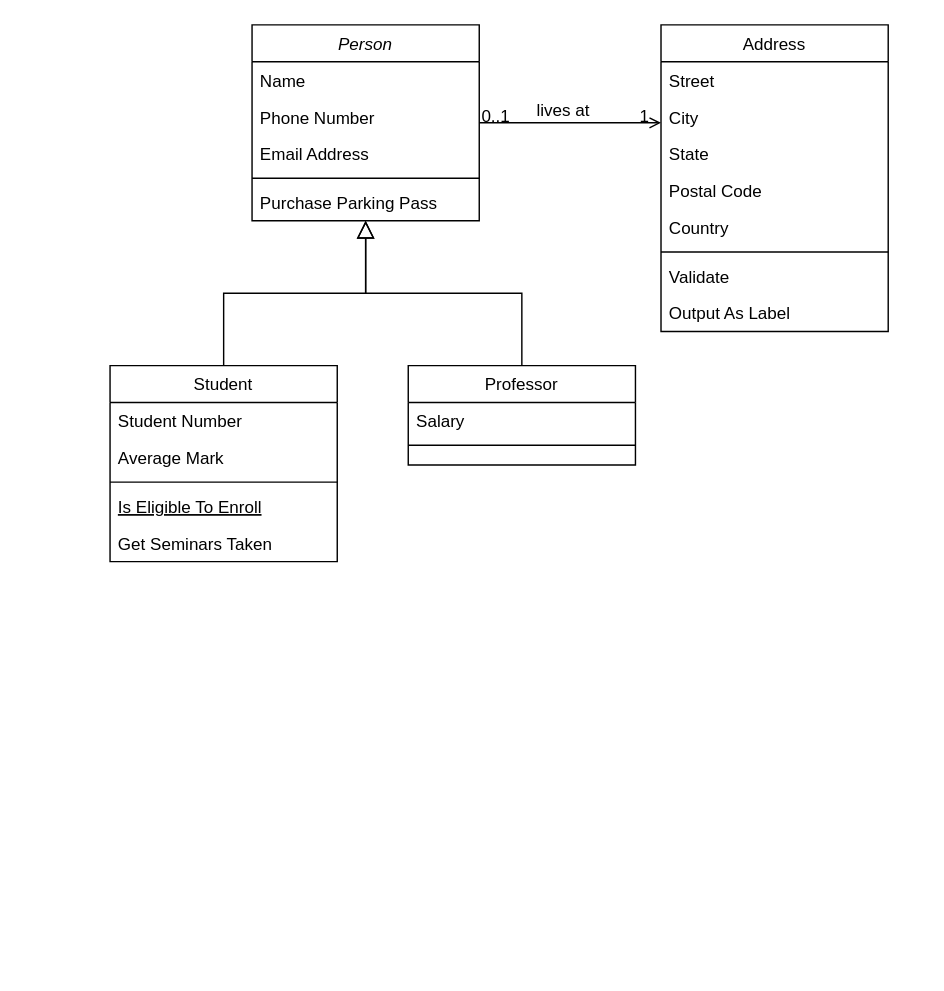
This is AKMS/PR_5/Pr_5.drawio from Idontlikeni/fourth_semestr, a draw.io file, before an edit. Source tidied: cells renumbered, new cells numbered last; positions are measured from the earlier drawing's top-left corner, leaving out a move shared by most shapes. Both pictures are drawn from the tidied source at 142%, with x=0, y=0 at pixel (109, 24).
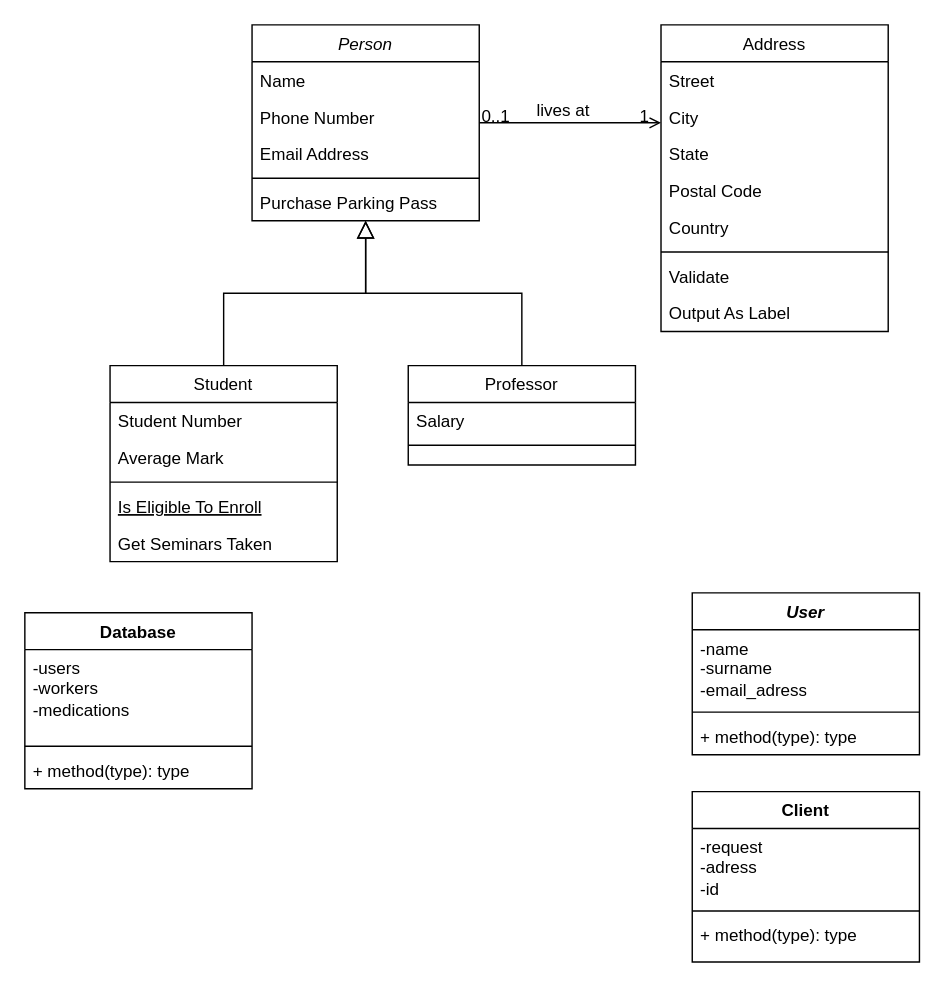
After the change.

The edit, as a diff of the source:
```diff
@@
+    <mxCell id="32" value="Database" style="swimlane;fontStyle=1;align=center;verticalAlign=top;horizontal=1;startSize=26;whiteSpace=wrap;html=1;" parent="1" vertex="1">
+      <mxGeometry x="-60" y="414" width="160" height="124" as="geometry" />
+    </mxCell>
+    <mxCell id="33" value="-users&lt;div&gt;-workers&lt;/div&gt;&lt;div&gt;-medications&lt;/div&gt;" style="text;strokeColor=none;fillColor=none;align=left;verticalAlign=top;spacingLeft=4;spacingRight=4;overflow=hidden;whiteSpace=wrap;html=1;" parent="32" vertex="1">
+      <mxGeometry y="26" width="160" height="64" as="geometry" />
+    </mxCell>
+    <mxCell id="34" style="line;strokeWidth=1;fillColor=none;align=left;verticalAlign=middle;spacingTop=-1;spacingLeft=3;spacingRight=3;labelPosition=right;strokeColor=inherit;" parent="32" vertex="1">
+      <mxGeometry y="90" width="160" height="8" as="geometry" />
+    </mxCell>
+    <mxCell id="35" value="+ method(type): type" style="text;strokeColor=none;fillColor=none;align=left;verticalAlign=top;spacingLeft=4;spacingRight=4;overflow=hidden;whiteSpace=wrap;html=1;" parent="32" vertex="1">
+      <mxGeometry y="98" width="160" height="26" as="geometry" />
+    </mxCell>
+    <mxCell id="36" value="Client" style="swimlane;fontStyle=1;align=center;verticalAlign=top;horizontal=1;startSize=26;whiteSpace=wrap;html=1;" parent="1" vertex="1">
+      <mxGeometry x="410" y="540" width="160" height="120" as="geometry" />
+    </mxCell>
+    <mxCell id="37" value="&lt;div&gt;-request&lt;/div&gt;&lt;div&gt;-adress&lt;/div&gt;&lt;div&gt;-id&lt;/div&gt;" style="text;strokeColor=none;fillColor=none;align=left;verticalAlign=top;spacingLeft=4;spacingRight=4;overflow=hidden;whiteSpace=wrap;html=1;" parent="36" vertex="1">
+      <mxGeometry y="26" width="160" height="54" as="geometry" />
+    </mxCell>
+    <mxCell id="38" style="line;strokeWidth=1;fillColor=none;align=left;verticalAlign=middle;spacingTop=-1;spacingLeft=3;spacingRight=3;labelPosition=right;strokeColor=inherit;" parent="36" vertex="1">
+      <mxGeometry y="80" width="160" height="8" as="geometry" />
+    </mxCell>
+    <mxCell id="39" value="+ method(type): type" style="text;strokeColor=none;fillColor=none;align=left;verticalAlign=top;spacingLeft=4;spacingRight=4;overflow=hidden;whiteSpace=wrap;html=1;" parent="36" vertex="1">
+      <mxGeometry y="88" width="160" height="32" as="geometry" />
+    </mxCell>
+    <mxCell id="40" value="&lt;i&gt;User&lt;/i&gt;" style="swimlane;fontStyle=1;align=center;verticalAlign=top;horizontal=1;startSize=26;whiteSpace=wrap;html=1;" parent="1" vertex="1">
+      <mxGeometry x="410" y="400" width="160" height="114" as="geometry" />
+    </mxCell>
+    <mxCell id="41" value="-name&lt;div&gt;-surname&lt;/div&gt;&lt;div&gt;-email_adress&lt;/div&gt;" style="text;strokeColor=none;fillColor=none;align=left;verticalAlign=top;spacingLeft=4;spacingRight=4;overflow=hidden;whiteSpace=wrap;html=1;" parent="40" vertex="1">
+      <mxGeometry y="26" width="160" height="54" as="geometry" />
+    </mxCell>
+    <mxCell id="42" style="line;strokeWidth=1;fillColor=none;align=left;verticalAlign=middle;spacingTop=-1;spacingLeft=3;spacingRight=3;labelPosition=right;strokeColor=inherit;" parent="40" vertex="1">
+      <mxGeometry y="80" width="160" height="8" as="geometry" />
+    </mxCell>
+    <mxCell id="43" value="+ method(type): type" style="text;strokeColor=none;fillColor=none;align=left;verticalAlign=top;spacingLeft=4;spacingRight=4;overflow=hidden;whiteSpace=wrap;html=1;" parent="40" vertex="1">
+      <mxGeometry y="88" width="160" height="26" as="geometry" />
+    </mxCell>
```
